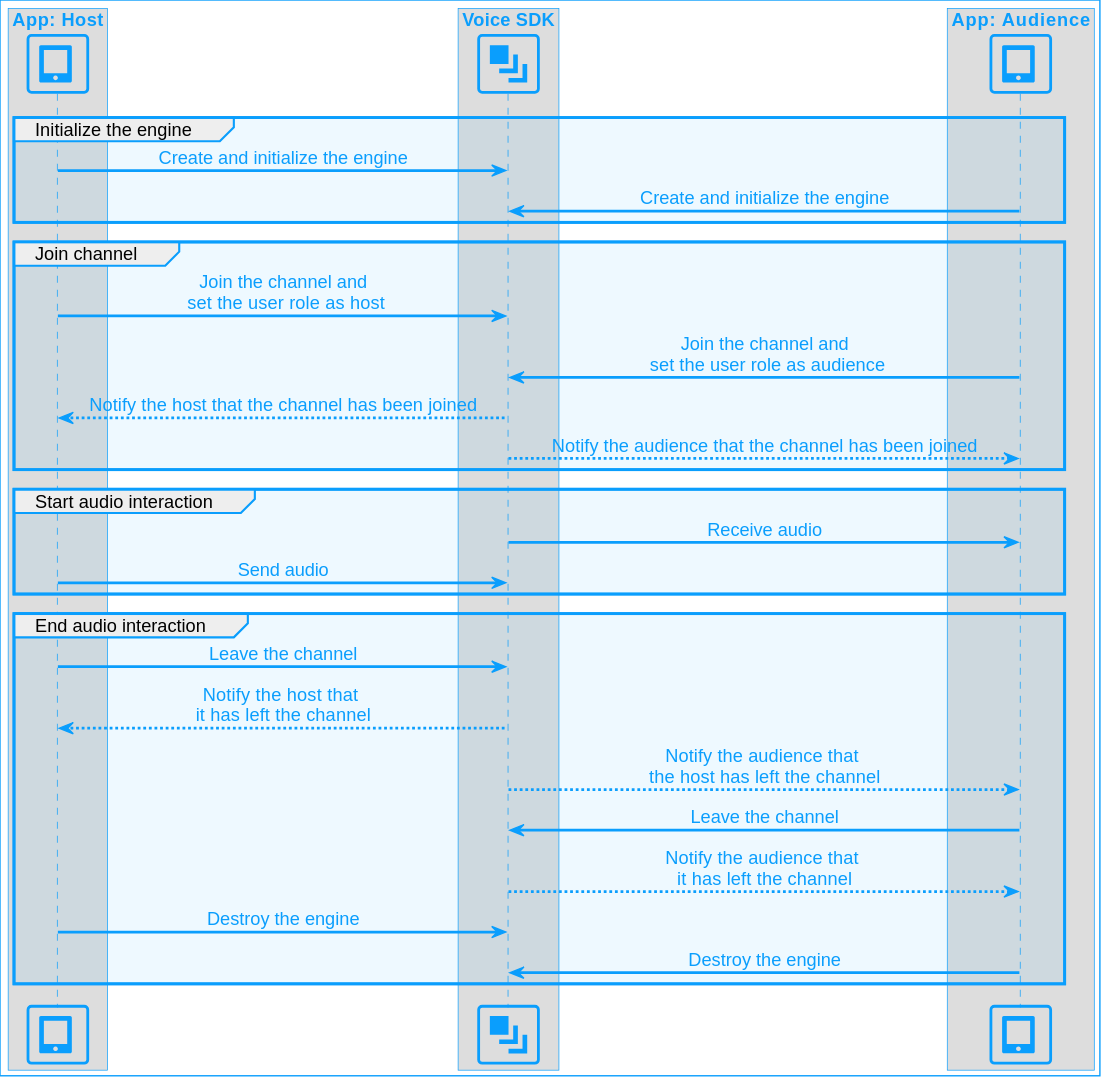
This is assets/images/rtc-sdk/quickstart-voice-call-sequence.svg from AgoraIO/Docs-Source, a PlantUML export, as it was before one commit. Source of this version:
```plantuml
@startuml
!include agora_skin.iuml

box "App: Host"
participant "<size:40><&tablet>" as HST
end box

box "Voice SDK"
participant "<size:40><&layers>" as SDK
end box

box "App: Audience"
participant "<size:40><&tablet>" as AUD
end box

group Initialize the engine
HST -> SDK: Create and initialize the engine
AUD -> SDK: Create and initialize the engine
end

group Join channel
HST -> SDK: Join the channel and\n set the user role as host
AUD -> SDK: Join the channel and\n set the user role as audience
SDK --> HST: Notify the host that the channel has been joined
SDK --> AUD: Notify the audience that the channel has been joined
end

group Start audio interaction
AUD <- SDK: Receive audio
HST -> SDK: Send audio
end

group End audio interaction
HST -> SDK: Leave the channel
HST <-- SDK: Notify the host that \nit has left the channel
AUD <-- SDK: Notify the audience that \nthe host has left the channel
AUD -> SDK: Leave the channel
SDK --> AUD: Notify the audience that \nit has left the channel
HST -> SDK: Destroy the engine
AUD -> SDK: Destroy the engine
end
@enduml
```
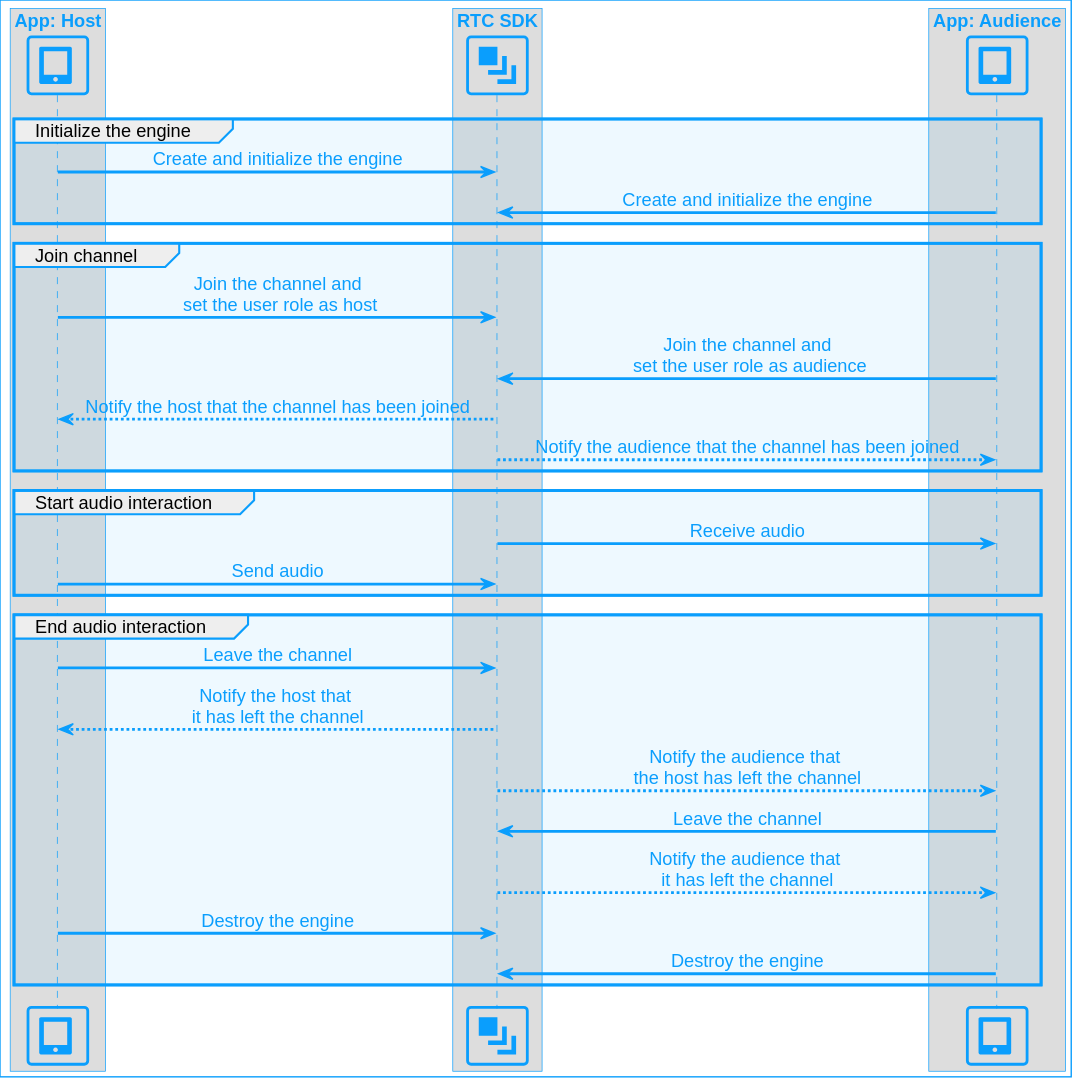
The same file after the commit.

What changed in the source:
```diff
@@ -5,7 +5,7 @@
 participant "<size:40><&tablet>" as HST
 end box
 
-box "Voice SDK"
+box "RTC SDK"
 participant "<size:40><&layers>" as SDK
 end box
 
```
